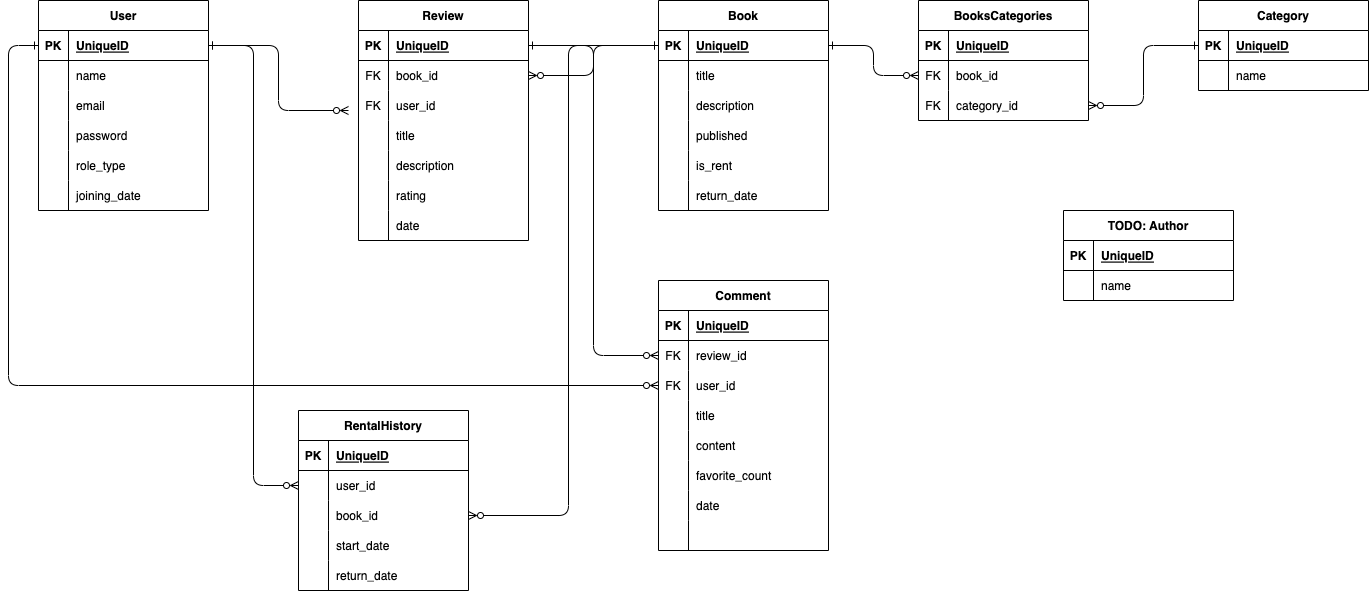
The draw.io diagram docs/er.drawio.png in kiyotakeshi/library-ruby, before a commit. Source tidied: cells renumbered, new cells last; positions are measured from the earlier drawing's top-left corner, leaving out a move shared by most shapes.
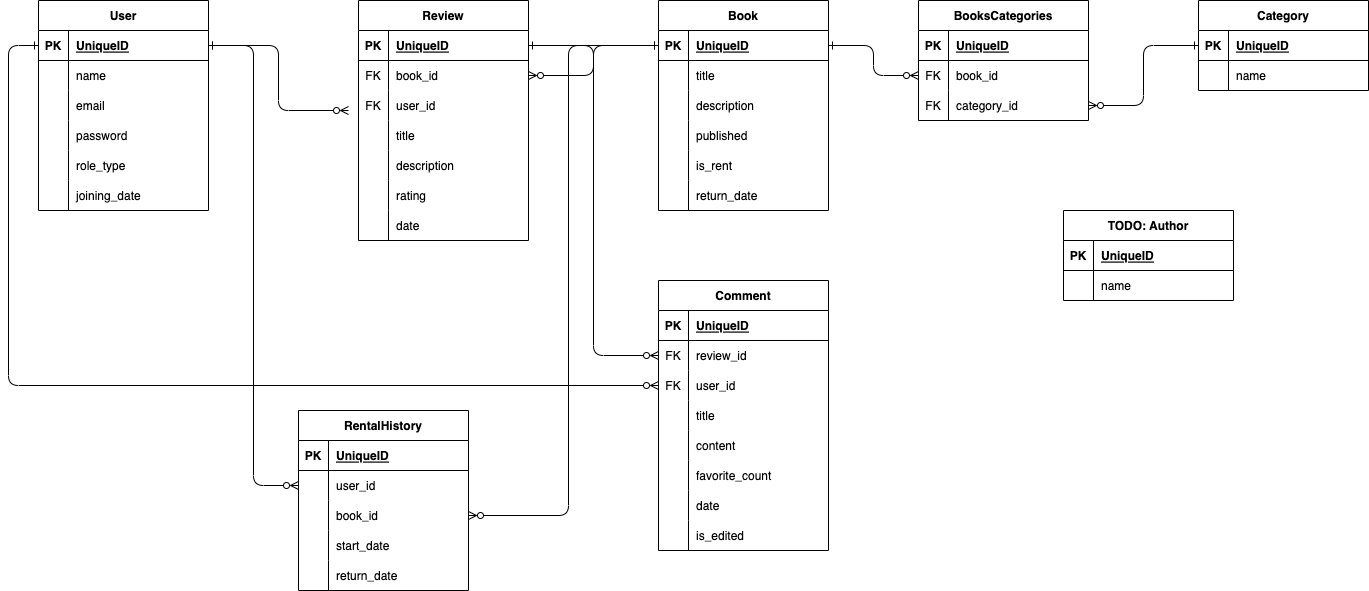
After the commit.

Commit message:
er の修正(レンタル履歴を追加) + OpenAPI を追加

Change to the diagram source:
```diff
@@ -317,7 +317,7 @@
     <mxCell id="104" style="shape=partialRectangle;fillColor=none;top=0;left=0;bottom=0;right=0;overflow=hidden;" parent="103" vertex="1">
       <mxGeometry width="30" height="30" as="geometry" />
     </mxCell>
-    <mxCell id="105" style="shape=partialRectangle;fillColor=none;top=0;left=0;bottom=0;right=0;align=left;spacingLeft=6;overflow=hidden;" parent="103" vertex="1">
+    <mxCell id="105" value="is_edited" style="shape=partialRectangle;fillColor=none;top=0;left=0;bottom=0;right=0;align=left;spacingLeft=6;overflow=hidden;" parent="103" vertex="1">
       <mxGeometry x="30" width="140" height="30" as="geometry" />
     </mxCell>
     <mxCell id="106" style="edgeStyle=orthogonalEdgeStyle;html=1;entryX=0;entryY=0.5;entryDx=0;entryDy=0;startArrow=ERzeroToMany;startFill=0;endArrow=ERone;endFill=0;" parent="1" edge="1" source="x" target="85">
```
